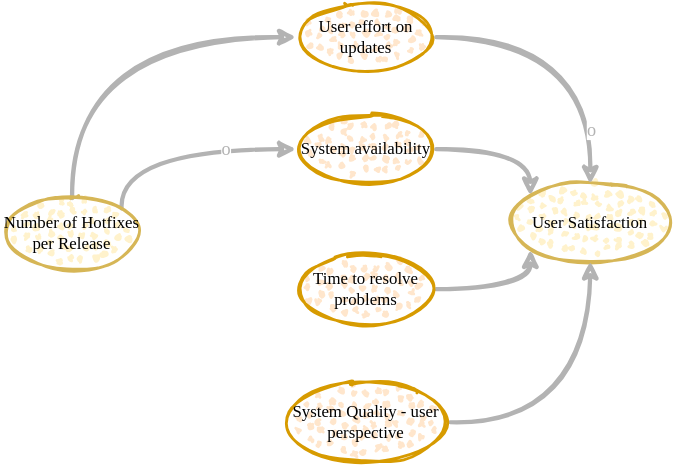
Above: src/slides/drawings/cld.exercise.3.drawio.svg in thomykay/devspace-systemsthinking (draw.io), before the change. Source tidied: cells renumbered, new cells last; positions are measured from the earlier drawing's top-left corner, leaving out a move shared by most shapes. Its diagram source:
```xml
<mxGraphModel>
  <root>
    <mxCell id="0" />
    <mxCell id="1" parent="0" />
    <mxCell id="2" style="edgeStyle=orthogonalEdgeStyle;curved=1;rounded=0;sketch=1;jettySize=auto;html=1;entryX=0;entryY=0.5;entryDx=0;entryDy=0;strokeColor=#B3B3B3;strokeWidth=3;exitX=0.5;exitY=0;exitDx=0;exitDy=0;" parent="1" edge="1" source="4" target="8">
      <mxGeometry relative="1" as="geometry">
        <Array as="points">
          <mxPoint x="50" y="25" />
        </Array>
      </mxGeometry>
    </mxCell>
    <mxCell id="3" value="o" style="edgeStyle=orthogonalEdgeStyle;curved=1;rounded=0;sketch=1;jettySize=auto;html=1;entryX=0;entryY=0.5;entryDx=0;entryDy=0;strokeColor=#B3B3B3;strokeWidth=3;exitX=1;exitY=0;exitDx=0;exitDy=0;fontFamily=Comic Sans MS;fontColor=#B3B3B3;fontSize=13;" parent="1" edge="1" source="4" target="10">
      <mxGeometry x="0.4" relative="1" as="geometry">
        <Array as="points">
          <mxPoint x="85" y="105" />
        </Array>
      </mxGeometry>
    </mxCell>
    <mxCell id="4" value="&lt;font color=&quot;#000000&quot;&gt;Number of Hotfixes per Release&lt;/font&gt;" style="ellipse;whiteSpace=wrap;html=1;strokeWidth=2;fillWeight=2;hachureGap=8;fillStyle=dots;sketch=1;fontFamily=Comic Sans MS;fillColor=#fff2cc;strokeColor=#d6b656;" parent="1" vertex="1">
      <mxGeometry y="140" width="100" height="50" as="geometry" />
    </mxCell>
    <mxCell id="5" value="&lt;font color=&quot;#000000&quot;&gt;User Satisfaction&lt;/font&gt;" style="ellipse;whiteSpace=wrap;html=1;strokeWidth=2;fillWeight=2;hachureGap=8;fillStyle=dots;sketch=1;fontFamily=Comic Sans MS;fillColor=#fff2cc;strokeColor=#d6b656;" parent="1" vertex="1">
      <mxGeometry x="360" y="130" width="120" height="55" as="geometry" />
    </mxCell>
    <mxCell id="6" style="edgeStyle=orthogonalEdgeStyle;rounded=0;jettySize=auto;html=1;entryX=0.5;entryY=0;entryDx=0;entryDy=0;strokeColor=#B3B3B3;curved=1;strokeWidth=3;sketch=1;fontColor=#B3B3B3;fontFamily=Comic Sans MS;fontSize=13;" parent="1" edge="1" source="8" target="5">
      <mxGeometry relative="1" as="geometry" />
    </mxCell>
    <mxCell id="7" value="o" style="edgeLabel;html=1;align=center;verticalAlign=middle;fontSize=13;fontFamily=Comic Sans MS;fontColor=#B3B3B3;" parent="6" vertex="1">
      <mxGeometry x="-0.3" y="-17" relative="1" as="geometry">
        <mxPoint x="35" y="48" as="offset" />
      </mxGeometry>
    </mxCell>
    <mxCell id="8" value="&lt;font color=&quot;#000000&quot;&gt;User effort on updates&lt;/font&gt;" style="ellipse;whiteSpace=wrap;html=1;strokeWidth=2;fillWeight=2;hachureGap=8;fillStyle=dots;sketch=1;fontFamily=Comic Sans MS;fillColor=#ffe6cc;strokeColor=#d79b00;" parent="1" vertex="1">
      <mxGeometry x="210" width="100" height="50" as="geometry" />
    </mxCell>
    <mxCell id="9" style="edgeStyle=orthogonalEdgeStyle;curved=1;rounded=0;sketch=1;jettySize=auto;html=1;entryX=0;entryY=0;entryDx=0;entryDy=0;strokeColor=#B3B3B3;strokeWidth=3;" parent="1" edge="1" source="10" target="5">
      <mxGeometry relative="1" as="geometry">
        <Array as="points">
          <mxPoint x="377" y="105" />
        </Array>
      </mxGeometry>
    </mxCell>
    <mxCell id="10" value="&lt;font color=&quot;#000000&quot;&gt;System availability&lt;/font&gt;" style="ellipse;whiteSpace=wrap;html=1;strokeWidth=2;fillWeight=2;hachureGap=8;fillStyle=dots;sketch=1;fontFamily=Comic Sans MS;fillColor=#ffe6cc;strokeColor=#d79b00;" parent="1" vertex="1">
      <mxGeometry x="210" y="80" width="100" height="50" as="geometry" />
    </mxCell>
    <mxCell id="11" style="edgeStyle=orthogonalEdgeStyle;curved=1;rounded=0;sketch=1;jettySize=auto;html=1;entryX=0;entryY=1;entryDx=0;entryDy=0;strokeColor=#B3B3B3;strokeWidth=3;" parent="1" edge="1" source="12" target="5">
      <mxGeometry relative="1" as="geometry">
        <Array as="points">
          <mxPoint x="377" y="205" />
        </Array>
      </mxGeometry>
    </mxCell>
    <mxCell id="12" value="&lt;font color=&quot;#000000&quot;&gt;Time to resolve problems&lt;/font&gt;" style="ellipse;whiteSpace=wrap;html=1;strokeWidth=2;fillWeight=2;hachureGap=8;fillStyle=dots;sketch=1;fontFamily=Comic Sans MS;fillColor=#ffe6cc;strokeColor=#d79b00;" parent="1" vertex="1">
      <mxGeometry x="210" y="180" width="100" height="50" as="geometry" />
    </mxCell>
    <mxCell id="13" style="edgeStyle=orthogonalEdgeStyle;curved=1;rounded=0;sketch=1;jettySize=auto;html=1;entryX=0.5;entryY=1;entryDx=0;entryDy=0;strokeColor=#B3B3B3;strokeWidth=3;" parent="1" edge="1" source="14" target="5">
      <mxGeometry relative="1" as="geometry" />
    </mxCell>
    <mxCell id="14" value="&lt;font color=&quot;#000000&quot;&gt;System Quality - user perspective&lt;/font&gt;" style="ellipse;whiteSpace=wrap;html=1;strokeWidth=2;fillWeight=2;hachureGap=8;fillStyle=dots;sketch=1;fontFamily=Comic Sans MS;fillColor=#ffe6cc;strokeColor=#d79b00;" parent="1" vertex="1">
      <mxGeometry x="200" y="270" width="120" height="60" as="geometry" />
    </mxCell>
  </root>
</mxGraphModel>
```
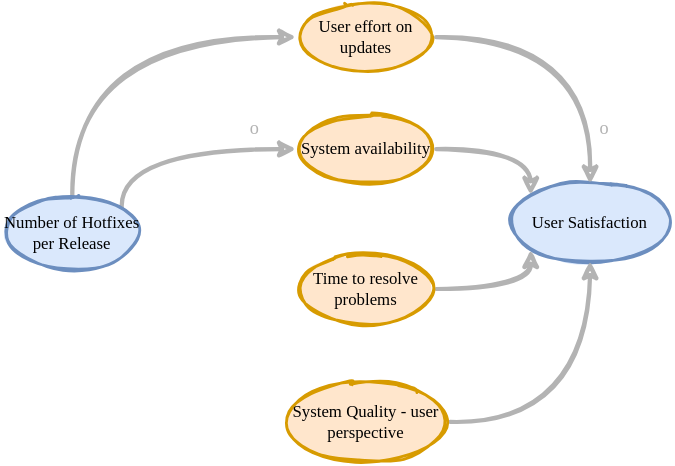
Above is the later version.

Change to the diagram source:
```diff
@@ -10,16 +10,16 @@
       </mxGeometry>
     </mxCell>
     <mxCell id="3" value="o" style="edgeStyle=orthogonalEdgeStyle;curved=1;rounded=0;sketch=1;jettySize=auto;html=1;entryX=0;entryY=0.5;entryDx=0;entryDy=0;strokeColor=#B3B3B3;strokeWidth=3;exitX=1;exitY=0;exitDx=0;exitDy=0;fontFamily=Comic Sans MS;fontColor=#B3B3B3;fontSize=13;" parent="1" edge="1" source="4" target="10">
-      <mxGeometry x="0.4" relative="1" as="geometry">
+      <mxGeometry x="0.64" y="15" relative="1" as="geometry">
         <Array as="points">
           <mxPoint x="85" y="105" />
         </Array>
       </mxGeometry>
     </mxCell>
-    <mxCell id="4" value="&lt;font color=&quot;#000000&quot;&gt;Number of Hotfixes per Release&lt;/font&gt;" style="ellipse;whiteSpace=wrap;html=1;strokeWidth=2;fillWeight=2;hachureGap=8;fillStyle=dots;sketch=1;fontFamily=Comic Sans MS;fillColor=#fff2cc;strokeColor=#d6b656;" parent="1" vertex="1">
+    <mxCell id="4" value="&lt;font color=&quot;#000000&quot;&gt;Number of Hotfixes per Release&lt;/font&gt;" style="ellipse;whiteSpace=wrap;html=1;strokeWidth=2;fillWeight=2;hachureGap=8;fillStyle=solid;sketch=1;fontFamily=Comic Sans MS;fillColor=#dae8fc;strokeColor=#6c8ebf;" parent="1" vertex="1">
       <mxGeometry y="140" width="100" height="50" as="geometry" />
     </mxCell>
-    <mxCell id="5" value="&lt;font color=&quot;#000000&quot;&gt;User Satisfaction&lt;/font&gt;" style="ellipse;whiteSpace=wrap;html=1;strokeWidth=2;fillWeight=2;hachureGap=8;fillStyle=dots;sketch=1;fontFamily=Comic Sans MS;fillColor=#fff2cc;strokeColor=#d6b656;" parent="1" vertex="1">
+    <mxCell id="5" value="&lt;font color=&quot;#000000&quot;&gt;User Satisfaction&lt;/font&gt;" style="ellipse;whiteSpace=wrap;html=1;strokeWidth=2;fillWeight=2;hachureGap=8;fillStyle=solid;sketch=1;fontFamily=Comic Sans MS;fillColor=#dae8fc;strokeColor=#6c8ebf;" parent="1" vertex="1">
       <mxGeometry x="360" y="130" width="120" height="55" as="geometry" />
     </mxCell>
     <mxCell id="6" style="edgeStyle=orthogonalEdgeStyle;rounded=0;jettySize=auto;html=1;entryX=0.5;entryY=0;entryDx=0;entryDy=0;strokeColor=#B3B3B3;curved=1;strokeWidth=3;sketch=1;fontColor=#B3B3B3;fontFamily=Comic Sans MS;fontSize=13;" parent="1" edge="1" source="8" target="5">
@@ -27,10 +27,10 @@
     </mxCell>
     <mxCell id="7" value="o" style="edgeLabel;html=1;align=center;verticalAlign=middle;fontSize=13;fontFamily=Comic Sans MS;fontColor=#B3B3B3;" parent="6" vertex="1">
       <mxGeometry x="-0.3" y="-17" relative="1" as="geometry">
-        <mxPoint x="35" y="48" as="offset" />
+        <mxPoint x="45" y="48" as="offset" />
       </mxGeometry>
     </mxCell>
-    <mxCell id="8" value="&lt;font color=&quot;#000000&quot;&gt;User effort on updates&lt;/font&gt;" style="ellipse;whiteSpace=wrap;html=1;strokeWidth=2;fillWeight=2;hachureGap=8;fillStyle=dots;sketch=1;fontFamily=Comic Sans MS;fillColor=#ffe6cc;strokeColor=#d79b00;" parent="1" vertex="1">
+    <mxCell id="8" value="&lt;font color=&quot;#000000&quot;&gt;User effort on updates&lt;/font&gt;" style="ellipse;whiteSpace=wrap;html=1;strokeWidth=2;fillWeight=2;hachureGap=8;fillStyle=solid;sketch=1;fontFamily=Comic Sans MS;fillColor=#ffe6cc;strokeColor=#d79b00;" parent="1" vertex="1">
       <mxGeometry x="210" width="100" height="50" as="geometry" />
     </mxCell>
     <mxCell id="9" style="edgeStyle=orthogonalEdgeStyle;curved=1;rounded=0;sketch=1;jettySize=auto;html=1;entryX=0;entryY=0;entryDx=0;entryDy=0;strokeColor=#B3B3B3;strokeWidth=3;" parent="1" edge="1" source="10" target="5">
@@ -40,7 +40,7 @@
         </Array>
       </mxGeometry>
     </mxCell>
-    <mxCell id="10" value="&lt;font color=&quot;#000000&quot;&gt;System availability&lt;/font&gt;" style="ellipse;whiteSpace=wrap;html=1;strokeWidth=2;fillWeight=2;hachureGap=8;fillStyle=dots;sketch=1;fontFamily=Comic Sans MS;fillColor=#ffe6cc;strokeColor=#d79b00;" parent="1" vertex="1">
+    <mxCell id="10" value="&lt;font color=&quot;#000000&quot;&gt;System availability&lt;/font&gt;" style="ellipse;whiteSpace=wrap;html=1;strokeWidth=2;fillWeight=2;hachureGap=8;fillStyle=solid;sketch=1;fontFamily=Comic Sans MS;fillColor=#ffe6cc;strokeColor=#d79b00;" parent="1" vertex="1">
       <mxGeometry x="210" y="80" width="100" height="50" as="geometry" />
     </mxCell>
     <mxCell id="11" style="edgeStyle=orthogonalEdgeStyle;curved=1;rounded=0;sketch=1;jettySize=auto;html=1;entryX=0;entryY=1;entryDx=0;entryDy=0;strokeColor=#B3B3B3;strokeWidth=3;" parent="1" edge="1" source="12" target="5">
@@ -50,13 +50,13 @@
         </Array>
       </mxGeometry>
     </mxCell>
-    <mxCell id="12" value="&lt;font color=&quot;#000000&quot;&gt;Time to resolve problems&lt;/font&gt;" style="ellipse;whiteSpace=wrap;html=1;strokeWidth=2;fillWeight=2;hachureGap=8;fillStyle=dots;sketch=1;fontFamily=Comic Sans MS;fillColor=#ffe6cc;strokeColor=#d79b00;" parent="1" vertex="1">
+    <mxCell id="12" value="&lt;font color=&quot;#000000&quot;&gt;Time to resolve problems&lt;/font&gt;" style="ellipse;whiteSpace=wrap;html=1;strokeWidth=2;fillWeight=2;hachureGap=8;fillStyle=solid;sketch=1;fontFamily=Comic Sans MS;fillColor=#ffe6cc;strokeColor=#d79b00;" parent="1" vertex="1">
       <mxGeometry x="210" y="180" width="100" height="50" as="geometry" />
     </mxCell>
     <mxCell id="13" style="edgeStyle=orthogonalEdgeStyle;curved=1;rounded=0;sketch=1;jettySize=auto;html=1;entryX=0.5;entryY=1;entryDx=0;entryDy=0;strokeColor=#B3B3B3;strokeWidth=3;" parent="1" edge="1" source="14" target="5">
       <mxGeometry relative="1" as="geometry" />
     </mxCell>
-    <mxCell id="14" value="&lt;font color=&quot;#000000&quot;&gt;System Quality - user perspective&lt;/font&gt;" style="ellipse;whiteSpace=wrap;html=1;strokeWidth=2;fillWeight=2;hachureGap=8;fillStyle=dots;sketch=1;fontFamily=Comic Sans MS;fillColor=#ffe6cc;strokeColor=#d79b00;" parent="1" vertex="1">
+    <mxCell id="14" value="&lt;font color=&quot;#000000&quot;&gt;System Quality - user perspective&lt;/font&gt;" style="ellipse;whiteSpace=wrap;html=1;strokeWidth=2;fillWeight=2;hachureGap=8;fillStyle=solid;sketch=1;fontFamily=Comic Sans MS;fillColor=#ffe6cc;strokeColor=#d79b00;" parent="1" vertex="1">
       <mxGeometry x="200" y="270" width="120" height="60" as="geometry" />
     </mxCell>
   </root>
```
